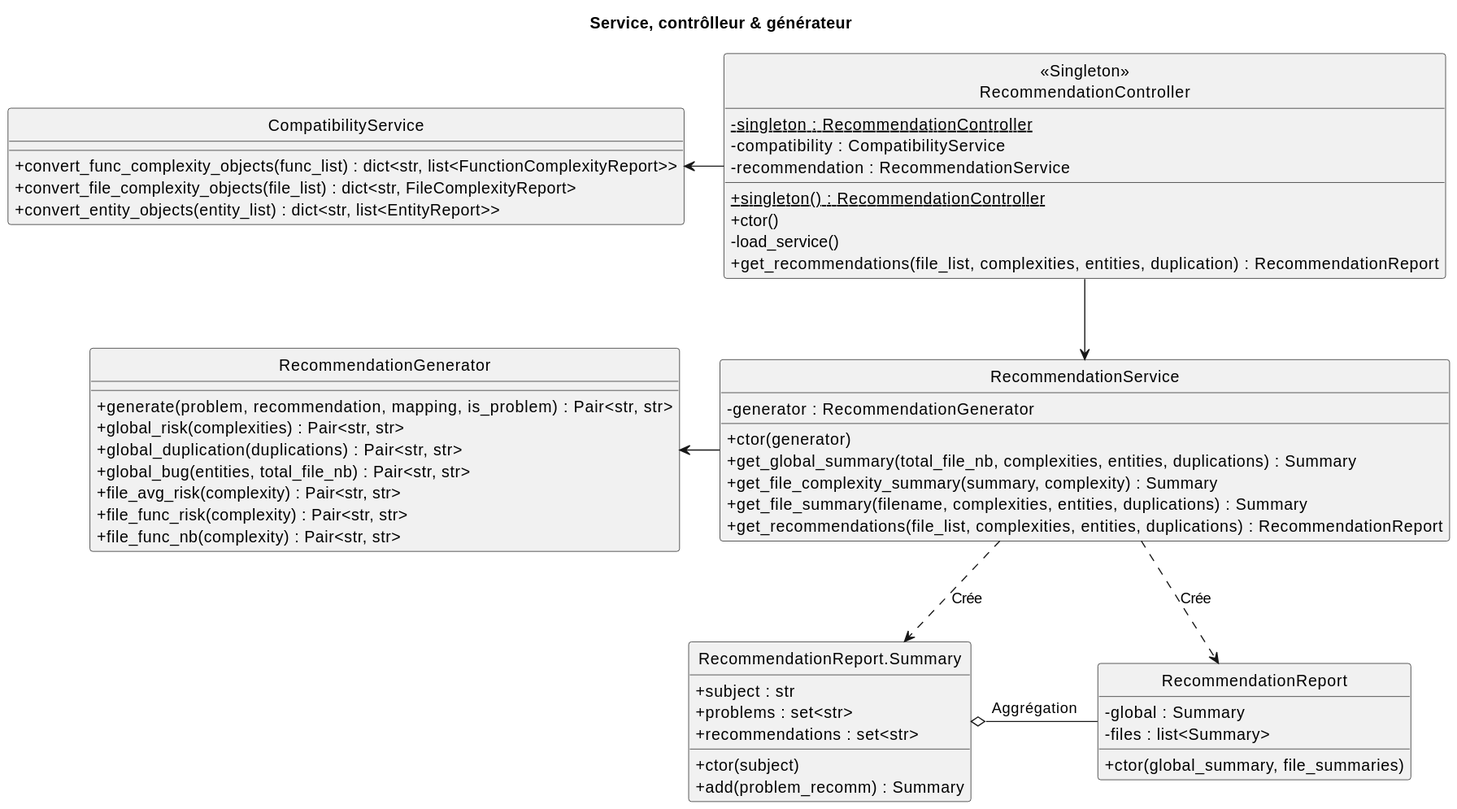
The PlantUML diagram doc/wiki/puml/recomm_service.svg in CAMaji/technical_debts, before a commit. Source of this version:
```plantuml
@startuml
hide circle
skinparam classAttributeIconSize 0
title Service, contrôlleur & générateur


class "<<Singleton>>\nRecommendationController" as RecommendationController {
    - {static} singleton : RecommendationController
    - compatibility : CompatibilityService
    - recommendation : RecommendationService
    + {static} singleton() : RecommendationController
    + ctor()
    - load_service()
    + get_recommendations(file_list, complexities, entities, duplication) : RecommendationReport
}

class CompatibilityService {
    + convert_func_complexity_objects(func_list) : dict<str, list<FunctionComplexityReport>>
    + convert_file_complexity_objects(file_list) : dict<str, FileComplexityReport>
    + convert_entity_objects(entity_list) : dict<str, list<EntityReport>>
}

class RecommendationService {
    - generator : RecommendationGenerator
    + ctor(generator)
    + get_global_summary(total_file_nb, complexities, entities, duplications) : Summary
    + get_file_complexity_summary(summary, complexity) : Summary
    + get_file_summary(filename, complexities, entities, duplications) : Summary
    + get_recommendations(file_list, complexities, entities, duplications) : RecommendationReport
}

class RecommendationGenerator {
    + generate(problem, recommendation, mapping, is_problem) : Pair<str, str>
    + global_risk(complexities) : Pair<str, str>
    + global_duplication(duplications) : Pair<str, str>
    + global_bug(entities, total_file_nb) : Pair<str, str>
    + file_avg_risk(complexity) : Pair<str, str>
    + file_func_risk(complexity) : Pair<str, str>
    + file_func_nb(complexity) : Pair<str, str>
}

class RecommendationReport {
    -global : Summary
    -files : list<Summary>
    + ctor(global_summary, file_summaries)
}

class "RecommendationReport.Summary" as RRSummary {
    + subject : str
    + problems : set<str>
    + recommendations : set<str>
    + ctor(subject)
    + add(problem_recomm) : Summary
}

RecommendationController -down-> RecommendationService
RecommendationController -left-> CompatibilityService
RecommendationService .down.> RecommendationReport : "Crée"
RecommendationService .down.> RRSummary : "Crée"
RecommendationReport -left-o RRSummary : "Aggrégation"
RecommendationService -left-> RecommendationGenerator
@enduml
```
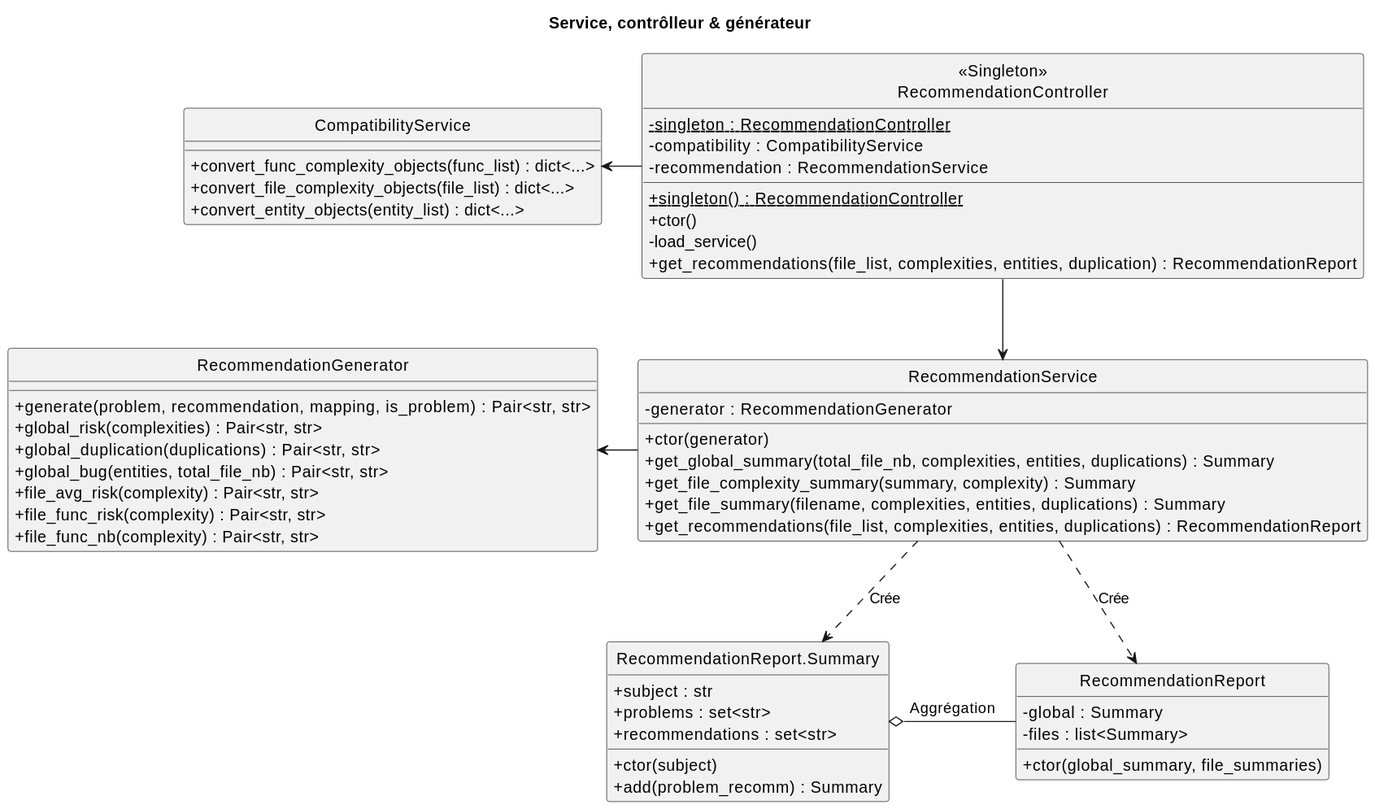
Later version of the same file.

Commit message:
modif doc recomm

What changed in the source:
```diff
@@ -15,9 +15,9 @@
 }
 
 class CompatibilityService {
-    + convert_func_complexity_objects(func_list) : dict<str, list<FunctionComplexityReport>>
-    + convert_file_complexity_objects(file_list) : dict<str, FileComplexityReport>
-    + convert_entity_objects(entity_list) : dict<str, list<EntityReport>>
+    + convert_func_complexity_objects(func_list) : dict<...>
+    + convert_file_complexity_objects(file_list) : dict<...>
+    + convert_entity_objects(entity_list) : dict<...>
 }
 
 class RecommendationService {
```
